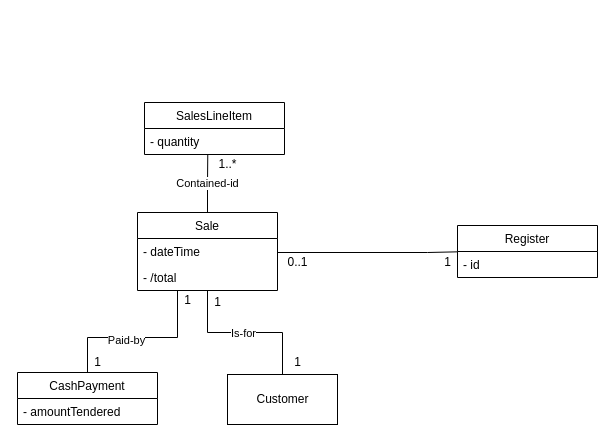
Earlier version of the draw.io diagram UML-Sandbox.drawio (TMP-DARQSW/UML-Sandbox). Source tidied: cells renumbered, new cells numbered last; positions are measured from the earlier drawing's top-left corner, leaving out a move shared by most shapes. Both pictures are drawn from the tidied source at 100%, with x=0, y=0 at pixel (17, 102).
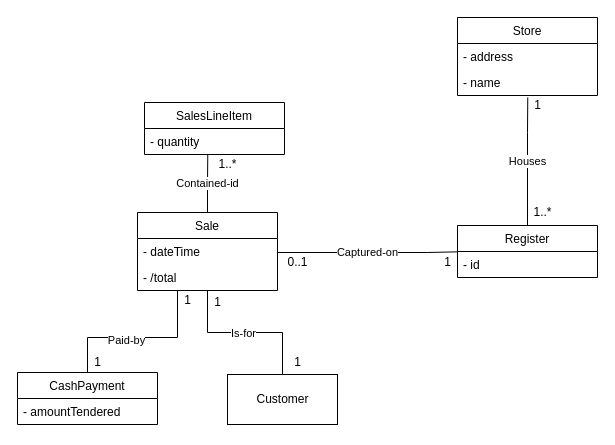
The same diagram, later.

Commit message:
Agregando Store

Unchanged cells that the change refers to:
```xml
<mxCell id="6" value="Sale" style="swimlane;fontStyle=0;horizontal=1;startSize=26;fillColor=none;" parent="1" vertex="1">
  <mxGeometry x="120" y="110" width="140" height="78" as="geometry" />
</mxCell>
<mxCell id="21" value="Register" style="swimlane;fontStyle=0;horizontal=1;startSize=26;fillColor=none;" parent="1" vertex="1">
  <mxGeometry x="440" y="123" width="140" height="52" as="geometry" />
</mxCell>
<mxCell id="22" value="- id" style="text;strokeColor=none;fillColor=none;align=left;verticalAlign=top;spacingLeft=4;spacingRight=4;overflow=hidden;points=[[0,0.5],[1,0.5]];portConstraint=eastwest;" parent="21" vertex="1">
  <mxGeometry y="26" width="140" height="26" as="geometry" />
</mxCell>
```

Diff of the diagram source:
```diff
@@
-    <mxCell id="5" style="edgeStyle=orthogonalEdgeStyle;rounded=0;jettySize=auto;html=1;entryX=0;entryY=0.013;entryDx=0;entryDy=0;entryPerimeter=0;endArrow=none;endFill=0;" parent="1" edge="1" source="6" target="22">
+    <mxCell id="5" value="Captured-on" style="edgeStyle=orthogonalEdgeStyle;rounded=0;jettySize=auto;html=1;entryX=0;entryY=0.013;entryDx=0;entryDy=0;entryPerimeter=0;endArrow=none;endFill=0;" parent="1" edge="1" source="6" target="22">
       <mxGeometry relative="1" as="geometry">
         <Array as="points">
           <mxPoint x="410" y="150" />
           <mxPoint x="410" y="150" />
         </Array>
       </mxGeometry>
     </mxCell>
@@
+    <mxCell id="25" value="Houses" style="edgeStyle=orthogonalEdgeStyle;rounded=0;jettySize=auto;html=1;entryX=0.502;entryY=1.072;entryDx=0;entryDy=0;entryPerimeter=0;endArrow=none;endFill=0;" parent="1" edge="1" source="21" target="28">
+      <mxGeometry relative="1" as="geometry">
+        <Array as="points">
+          <mxPoint x="510" y="30" />
+          <mxPoint x="510" y="30" />
+        </Array>
+      </mxGeometry>
+    </mxCell>
@@
+    <mxCell id="26" value="Store" style="swimlane;fontStyle=0;horizontal=1;startSize=26;fillColor=none;" parent="1" vertex="1">
+      <mxGeometry x="440" y="-85" width="140" height="78" as="geometry" />
+    </mxCell>
+    <mxCell id="27" value="- address" style="text;strokeColor=none;fillColor=none;align=left;verticalAlign=top;spacingLeft=4;spacingRight=4;overflow=hidden;" parent="26" vertex="1">
+      <mxGeometry y="26" width="140" height="26" as="geometry" />
+    </mxCell>
+    <mxCell id="28" value="- name" style="text;strokeColor=none;fillColor=none;align=left;verticalAlign=top;spacingLeft=4;spacingRight=4;overflow=hidden;points=[[0,0.5],[1,0.5]];portConstraint=eastwest;" parent="26" vertex="1">
+      <mxGeometry y="52" width="140" height="26" as="geometry" />
+    </mxCell>
+    <mxCell id="29" value="1" style="text;html=1;align=center;verticalAlign=middle;strokeColor=none;fillColor=none;" parent="1" vertex="1">
+      <mxGeometry x="510" y="-7" width="20" height="20" as="geometry" />
+    </mxCell>
+    <mxCell id="30" value="1..*" style="text;html=1;align=center;verticalAlign=middle;strokeColor=none;fillColor=none;" parent="1" vertex="1">
+      <mxGeometry x="510" y="100" width="30" height="20" as="geometry" />
+    </mxCell>
```
